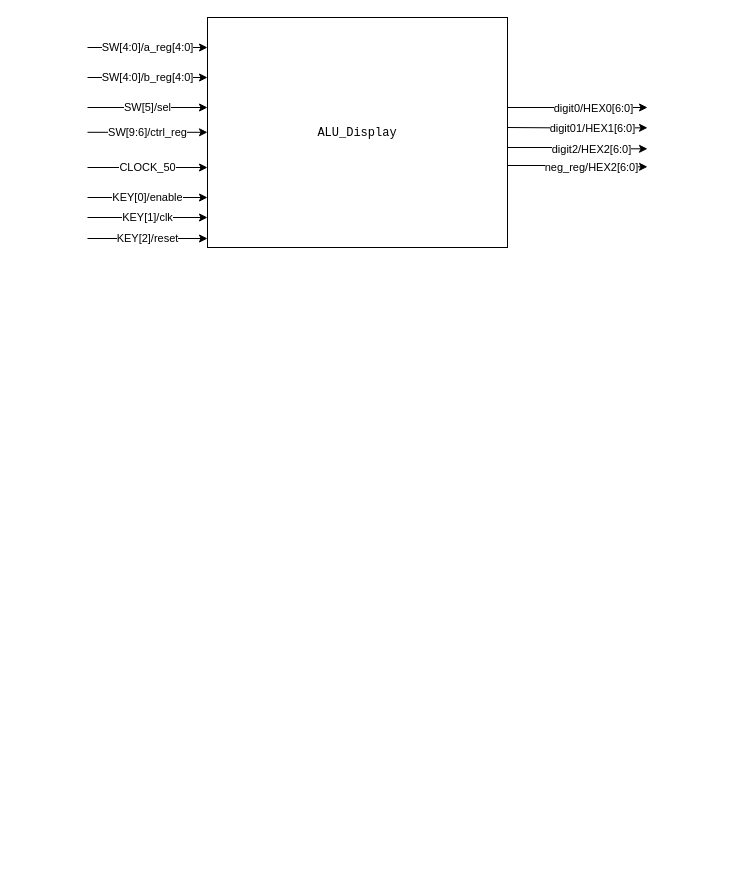
carloszlopez/DigitalDesignClass keeps this draw.io diagram as page "ALU_Display" (5 of 6) of media/Designs.drawio. Above is the earlier version. Source tidied: cells renumbered, new cells numbered last; positions are measured from the earlier drawing's top-left corner, leaving out a move shared by most shapes. Both pictures are drawn from the tidied source at 100%, with x=0, y=0 at pixel (87, 17).
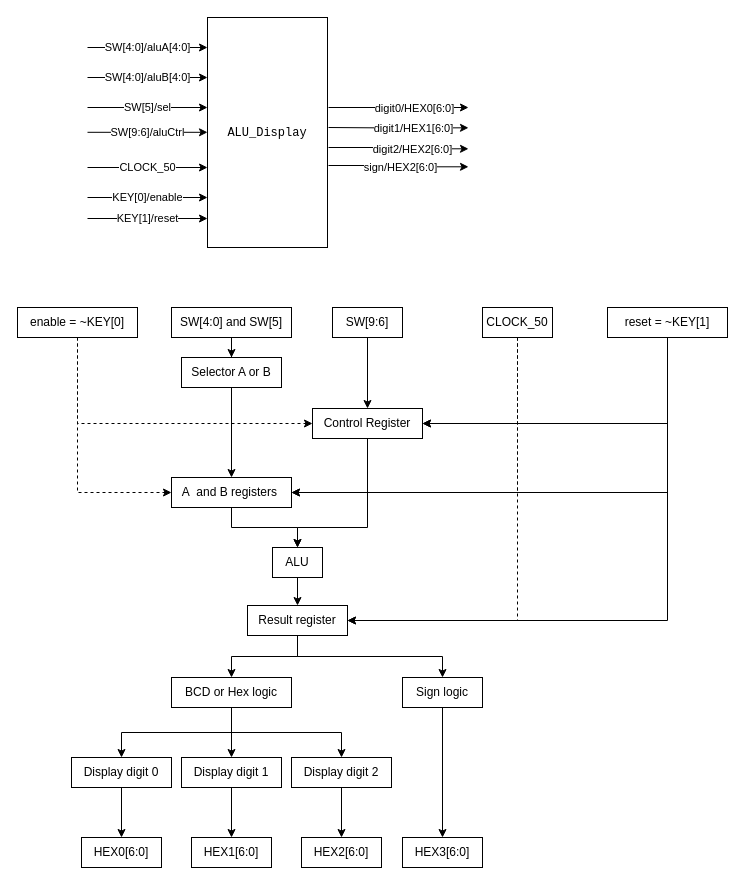
The same page after the edit.

Commit message (it also covers changes not shown here):
Add description and re do of display module to use case. Add arch design for ALU_Display.

What changed in the source:
```diff
@@
     <mxCell id="2" value="&lt;code&gt;ALU_Display&lt;/code&gt;" style="rounded=0;whiteSpace=wrap;html=1;" parent="1" vertex="1">
-      <mxGeometry x="120" width="300" height="230" as="geometry" />
+      <mxGeometry x="120" width="120" height="230" as="geometry" />
     </mxCell>
-    <mxCell id="3" value="SW[4:0]/a_reg[4:0]" style="edgeStyle=orthogonalEdgeStyle;rounded=0;orthogonalLoop=1;jettySize=auto;html=1;" parent="1" edge="1">
+    <mxCell id="3" value="SW[4:0]/aluA[4:0]" style="edgeStyle=orthogonalEdgeStyle;rounded=0;orthogonalLoop=1;jettySize=auto;html=1;" parent="1" edge="1">
       <mxGeometry relative="1" as="geometry">
         <mxPoint y="30" as="sourcePoint" />
         <mxPoint x="120" y="30" as="targetPoint" />
         <Array as="points">
           <mxPoint x="50" y="30" />
           <mxPoint x="50" y="30" />
         </Array>
       </mxGeometry>
     </mxCell>
-    <mxCell id="4" value="SW[4:0]/b_reg[4:0]" style="edgeStyle=orthogonalEdgeStyle;rounded=0;orthogonalLoop=1;jettySize=auto;html=1;" parent="1" edge="1">
+    <mxCell id="4" value="SW[4:0]/aluB[4:0]" style="edgeStyle=orthogonalEdgeStyle;rounded=0;orthogonalLoop=1;jettySize=auto;html=1;" parent="1" edge="1">
       <mxGeometry relative="1" as="geometry">
         <mxPoint y="60" as="sourcePoint" />
         <mxPoint x="120" y="60" as="targetPoint" />
         <Array as="points">
           <mxPoint x="50" y="60" />
           <mxPoint x="50" y="60" />
         </Array>
       </mxGeometry>
     </mxCell>
-    <mxCell id="5" value="KEY[2]/reset" style="edgeStyle=orthogonalEdgeStyle;rounded=0;orthogonalLoop=1;jettySize=auto;html=1;" parent="1" edge="1">
+    <mxCell id="5" value="KEY[1]/reset" style="edgeStyle=orthogonalEdgeStyle;rounded=0;orthogonalLoop=1;jettySize=auto;html=1;" parent="1" edge="1">
       <mxGeometry relative="1" as="geometry">
-        <mxPoint y="221" as="sourcePoint" />
-        <mxPoint x="120" y="221" as="targetPoint" />
+        <mxPoint y="201" as="sourcePoint" />
+        <mxPoint x="120" y="201" as="targetPoint" />
         <Array as="points">
-          <mxPoint x="50" y="221" />
-          <mxPoint x="50" y="221" />
+          <mxPoint x="50" y="201" />
+          <mxPoint x="50" y="201" />
         </Array>
       </mxGeometry>
     </mxCell>
     <mxCell id="6" style="edgeStyle=orthogonalEdgeStyle;rounded=0;orthogonalLoop=1;jettySize=auto;html=1;" parent="1" edge="1">
       <mxGeometry relative="1" as="geometry">
-        <mxPoint x="420" y="90" as="sourcePoint" />
-        <mxPoint x="560" y="90" as="targetPoint" />
+        <mxPoint x="241" y="90" as="sourcePoint" />
+        <mxPoint x="381" y="90" as="targetPoint" />
       </mxGeometry>
     </mxCell>
@@
     <mxCell id="8" style="edgeStyle=orthogonalEdgeStyle;rounded=0;orthogonalLoop=1;jettySize=auto;html=1;" parent="1" edge="1">
       <mxGeometry relative="1" as="geometry">
-        <mxPoint x="420" y="110" as="sourcePoint" />
-        <mxPoint x="560" y="110.3" as="targetPoint" />
+        <mxPoint x="241" y="110" as="sourcePoint" />
+        <mxPoint x="381" y="110.3" as="targetPoint" />
       </mxGeometry>
     </mxCell>
-    <mxCell id="9" value="digit01/HEX1[6:0]" style="edgeLabel;html=1;align=center;verticalAlign=middle;" parent="8" vertex="1">
+    <mxCell id="9" value="digit1/HEX1[6:0]" style="edgeLabel;html=1;align=center;verticalAlign=middle;" parent="8" vertex="1">
       <mxGeometry x="0.21" relative="1" as="geometry" />
     </mxCell>
     <mxCell id="10" style="edgeStyle=orthogonalEdgeStyle;rounded=0;orthogonalLoop=1;jettySize=auto;html=1;" parent="1" edge="1">
       <mxGeometry relative="1" as="geometry">
-        <mxPoint x="420" y="130" as="sourcePoint" />
-        <mxPoint x="560" y="131.3" as="targetPoint" />
+        <mxPoint x="241" y="130" as="sourcePoint" />
+        <mxPoint x="381" y="131.3" as="targetPoint" />
         <Array as="points">
-          <mxPoint x="491" y="130.3" />
-          <mxPoint x="491" y="131.3" />
+          <mxPoint x="312" y="130.3" />
+          <mxPoint x="312" y="131.3" />
         </Array>
       </mxGeometry>
     </mxCell>
@@
     <mxCell id="12" style="edgeStyle=orthogonalEdgeStyle;rounded=0;orthogonalLoop=1;jettySize=auto;html=1;" parent="1" edge="1">
       <mxGeometry relative="1" as="geometry">
-        <mxPoint x="420" y="148" as="sourcePoint" />
-        <mxPoint x="560" y="149.3" as="targetPoint" />
+        <mxPoint x="241" y="148" as="sourcePoint" />
+        <mxPoint x="381" y="149.3" as="targetPoint" />
         <Array as="points">
-          <mxPoint x="491" y="148.3" />
-          <mxPoint x="491" y="149.3" />
+          <mxPoint x="312" y="148.3" />
+          <mxPoint x="312" y="149.3" />
         </Array>
       </mxGeometry>
     </mxCell>
-    <mxCell id="13" value="neg_reg/HEX2[6:0]" style="edgeLabel;html=1;align=center;verticalAlign=middle;" parent="12" vertex="1">
-      <mxGeometry x="0.21" relative="1" as="geometry" />
+    <mxCell id="13" value="sign/HEX2[6:0]" style="edgeLabel;html=1;align=center;verticalAlign=middle;" parent="12" vertex="1">
+      <mxGeometry x="0.21" relative="1" as="geometry">
+        <mxPoint x="-12" as="offset" />
+      </mxGeometry>
     </mxCell>
@@
-    <mxCell id="16" value="SW[9:6]/ctrl_reg" style="edgeStyle=orthogonalEdgeStyle;rounded=0;orthogonalLoop=1;jettySize=auto;html=1;" parent="1" edge="1">
+    <mxCell id="16" value="SW[9:6]/aluCtrl" style="edgeStyle=orthogonalEdgeStyle;rounded=0;orthogonalLoop=1;jettySize=auto;html=1;" parent="1" edge="1">
       <mxGeometry relative="1" as="geometry">
         <mxPoint y="114.8" as="sourcePoint" />
         <mxPoint x="120" y="114.8" as="targetPoint" />
         <Array as="points">
           <mxPoint x="50" y="114.8" />
           <mxPoint x="50" y="114.8" />
         </Array>
       </mxGeometry>
     </mxCell>
-    <mxCell id="17" value="KEY[1]/clk" style="edgeStyle=orthogonalEdgeStyle;rounded=0;orthogonalLoop=1;jettySize=auto;html=1;" parent="1" edge="1">
-      <mxGeometry relative="1" as="geometry">
-        <mxPoint y="200" as="sourcePoint" />
-        <mxPoint x="120" y="200" as="targetPoint" />
-        <Array as="points">
-          <mxPoint x="50" y="200" />
-          <mxPoint x="50" y="200" />
-        </Array>
-      </mxGeometry>
-    </mxCell>
@@
+    <mxCell id="19" style="edgeStyle=orthogonalEdgeStyle;rounded=0;jettySize=auto;html=1;entryX=0.5;entryY=0;entryDx=0;entryDy=0;" parent="1" edge="1" source="20" target="22">
+      <mxGeometry relative="1" as="geometry" />
+    </mxCell>
+    <mxCell id="20" value="SW[4:0] and SW[5]" style="rounded=0;whiteSpace=wrap;html=1;" parent="1" vertex="1">
+      <mxGeometry x="84" y="290" width="120" height="30" as="geometry" />
+    </mxCell>
+    <mxCell id="21" style="edgeStyle=orthogonalEdgeStyle;rounded=0;jettySize=auto;html=1;entryX=0.5;entryY=0;entryDx=0;entryDy=0;" parent="1" edge="1" source="22" target="24">
+      <mxGeometry relative="1" as="geometry" />
+    </mxCell>
+    <mxCell id="22" value="Selector A or B" style="rounded=0;whiteSpace=wrap;html=1;" parent="1" vertex="1">
+      <mxGeometry x="94" y="340" width="100" height="30" as="geometry" />
+    </mxCell>
+    <mxCell id="23" style="edgeStyle=orthogonalEdgeStyle;rounded=0;jettySize=auto;html=1;entryX=0.5;entryY=0;entryDx=0;entryDy=0;" parent="1" edge="1" source="24" target="30">
+      <mxGeometry relative="1" as="geometry" />
+    </mxCell>
+    <mxCell id="24" value="A&amp;nbsp; and B registers&amp;nbsp;" style="rounded=0;whiteSpace=wrap;html=1;" parent="1" vertex="1">
+      <mxGeometry x="84" y="460" width="120" height="30" as="geometry" />
+    </mxCell>
+    <mxCell id="25" style="edgeStyle=orthogonalEdgeStyle;rounded=0;jettySize=auto;html=1;entryX=0.5;entryY=0;entryDx=0;entryDy=0;" parent="1" edge="1" source="26" target="28">
+      <mxGeometry relative="1" as="geometry" />
+    </mxCell>
+    <mxCell id="26" value="SW[9:6]" style="rounded=0;whiteSpace=wrap;html=1;" parent="1" vertex="1">
+      <mxGeometry x="245" y="290" width="70" height="30" as="geometry" />
+    </mxCell>
+    <mxCell id="27" style="edgeStyle=orthogonalEdgeStyle;rounded=0;jettySize=auto;html=1;entryX=0.5;entryY=0;entryDx=0;entryDy=0;" parent="1" edge="1" source="28" target="30">
+      <mxGeometry relative="1" as="geometry">
+        <Array as="points">
+          <mxPoint x="280" y="510" />
+          <mxPoint x="210" y="510" />
+        </Array>
+      </mxGeometry>
+    </mxCell>
+    <mxCell id="28" value="Control Register" style="rounded=0;whiteSpace=wrap;html=1;" parent="1" vertex="1">
+      <mxGeometry x="225" y="391" width="110" height="30" as="geometry" />
+    </mxCell>
+    <mxCell id="29" style="edgeStyle=orthogonalEdgeStyle;rounded=0;jettySize=auto;html=1;entryX=0.5;entryY=0;entryDx=0;entryDy=0;" parent="1" edge="1" source="30" target="33">
+      <mxGeometry relative="1" as="geometry" />
+    </mxCell>
+    <mxCell id="30" value="ALU" style="rounded=0;whiteSpace=wrap;html=1;" parent="1" vertex="1">
+      <mxGeometry x="185" y="530" width="50" height="30" as="geometry" />
+    </mxCell>
+    <mxCell id="31" style="edgeStyle=orthogonalEdgeStyle;rounded=0;jettySize=auto;html=1;entryX=0.5;entryY=0;entryDx=0;entryDy=0;exitX=0.5;exitY=1;exitDx=0;exitDy=0;" parent="1" edge="1" source="33" target="35">
+      <mxGeometry relative="1" as="geometry" />
+    </mxCell>
+    <mxCell id="32" style="edgeStyle=orthogonalEdgeStyle;rounded=0;jettySize=auto;html=1;exitX=0.5;exitY=1;exitDx=0;exitDy=0;entryX=0.5;entryY=0;entryDx=0;entryDy=0;" parent="1" edge="1" source="33" target="39">
+      <mxGeometry relative="1" as="geometry" />
+    </mxCell>
+    <mxCell id="33" value="Result register" style="rounded=0;whiteSpace=wrap;html=1;" parent="1" vertex="1">
+      <mxGeometry x="160" y="588" width="100" height="30" as="geometry" />
+    </mxCell>
+    <mxCell id="34" style="edgeStyle=orthogonalEdgeStyle;rounded=0;jettySize=auto;html=1;entryX=0.5;entryY=0;entryDx=0;entryDy=0;" parent="1" edge="1" source="35" target="49">
+      <mxGeometry relative="1" as="geometry" />
+    </mxCell>
+    <mxCell id="35" value="Sign logic" style="rounded=0;whiteSpace=wrap;html=1;" parent="1" vertex="1">
+      <mxGeometry x="315" y="660" width="80" height="30" as="geometry" />
+    </mxCell>
+    <mxCell id="36" style="edgeStyle=orthogonalEdgeStyle;rounded=0;jettySize=auto;html=1;entryX=0.5;entryY=0;entryDx=0;entryDy=0;" parent="1" edge="1" source="39" target="41">
+      <mxGeometry relative="1" as="geometry" />
+    </mxCell>
+    <mxCell id="37" style="edgeStyle=orthogonalEdgeStyle;rounded=0;jettySize=auto;html=1;exitX=0.5;exitY=1;exitDx=0;exitDy=0;entryX=0.5;entryY=0;entryDx=0;entryDy=0;" parent="1" edge="1" source="39" target="43">
+      <mxGeometry relative="1" as="geometry" />
+    </mxCell>
+    <mxCell id="38" style="edgeStyle=orthogonalEdgeStyle;rounded=0;jettySize=auto;html=1;exitX=0.5;exitY=1;exitDx=0;exitDy=0;entryX=0.5;entryY=0;entryDx=0;entryDy=0;" parent="1" edge="1" source="39" target="45">
+      <mxGeometry relative="1" as="geometry" />
+    </mxCell>
+    <mxCell id="39" value="BCD or Hex logic" style="rounded=0;whiteSpace=wrap;html=1;" parent="1" vertex="1">
+      <mxGeometry x="84" y="660" width="120" height="30" as="geometry" />
+    </mxCell>
+    <mxCell id="40" style="edgeStyle=orthogonalEdgeStyle;rounded=0;jettySize=auto;html=1;entryX=0.5;entryY=0;entryDx=0;entryDy=0;" parent="1" edge="1" source="41" target="46">
+      <mxGeometry relative="1" as="geometry" />
+    </mxCell>
+    <mxCell id="41" value="Display digit 0" style="rounded=0;whiteSpace=wrap;html=1;" parent="1" vertex="1">
+      <mxGeometry x="-16" y="740" width="100" height="30" as="geometry" />
+    </mxCell>
+    <mxCell id="42" style="edgeStyle=orthogonalEdgeStyle;rounded=0;jettySize=auto;html=1;entryX=0.5;entryY=0;entryDx=0;entryDy=0;" parent="1" edge="1" source="43" target="47">
+      <mxGeometry relative="1" as="geometry" />
+    </mxCell>
+    <mxCell id="43" value="Display digit 1" style="rounded=0;whiteSpace=wrap;html=1;" parent="1" vertex="1">
+      <mxGeometry x="94" y="740" width="100" height="30" as="geometry" />
+    </mxCell>
+    <mxCell id="44" style="edgeStyle=orthogonalEdgeStyle;rounded=0;jettySize=auto;html=1;entryX=0.5;entryY=0;entryDx=0;entryDy=0;" parent="1" edge="1" source="45" target="48">
+      <mxGeometry relative="1" as="geometry" />
+    </mxCell>
+    <mxCell id="45" value="Display digit 2" style="rounded=0;whiteSpace=wrap;html=1;" parent="1" vertex="1">
+      <mxGeometry x="204" y="740" width="100" height="30" as="geometry" />
+    </mxCell>
+    <mxCell id="46" value="HEX0[6:0]" style="rounded=0;whiteSpace=wrap;html=1;" parent="1" vertex="1">
+      <mxGeometry x="-6" y="820" width="80" height="30" as="geometry" />
+    </mxCell>
+    <mxCell id="47" value="HEX1[6:0]" style="rounded=0;whiteSpace=wrap;html=1;" parent="1" vertex="1">
+      <mxGeometry x="104" y="820" width="80" height="30" as="geometry" />
+    </mxCell>
+    <mxCell id="48" value="HEX2[6:0]" style="rounded=0;whiteSpace=wrap;html=1;" parent="1" vertex="1">
+      <mxGeometry x="214" y="820" width="80" height="30" as="geometry" />
+    </mxCell>
+    <mxCell id="49" value="HEX3[6:0]" style="rounded=0;whiteSpace=wrap;html=1;" parent="1" vertex="1">
+      <mxGeometry x="315" y="820" width="80" height="30" as="geometry" />
+    </mxCell>
+    <mxCell id="50" style="edgeStyle=orthogonalEdgeStyle;rounded=0;jettySize=auto;html=1;entryX=1;entryY=0.5;entryDx=0;entryDy=0;exitX=0.5;exitY=1;exitDx=0;exitDy=0;dashed=1;" parent="1" edge="1" source="53" target="33">
+      <mxGeometry relative="1" as="geometry" />
+    </mxCell>
+    <mxCell id="51" style="edgeStyle=orthogonalEdgeStyle;rounded=0;jettySize=auto;html=1;exitX=0.5;exitY=1;exitDx=0;exitDy=0;entryX=1;entryY=0.5;entryDx=0;entryDy=0;dashed=1;" parent="1" edge="1" source="53" target="28">
+      <mxGeometry relative="1" as="geometry" />
+    </mxCell>
+    <mxCell id="52" style="edgeStyle=orthogonalEdgeStyle;rounded=0;jettySize=auto;html=1;exitX=0.5;exitY=1;exitDx=0;exitDy=0;entryX=1;entryY=0.5;entryDx=0;entryDy=0;dashed=1;" parent="1" edge="1" source="53" target="24">
+      <mxGeometry relative="1" as="geometry" />
+    </mxCell>
+    <mxCell id="53" value="CLOCK_50" style="rounded=0;whiteSpace=wrap;html=1;" parent="1" vertex="1">
+      <mxGeometry x="395" y="290" width="70" height="30" as="geometry" />
+    </mxCell>
+    <mxCell id="54" style="edgeStyle=orthogonalEdgeStyle;rounded=0;jettySize=auto;html=1;entryX=0;entryY=0.5;entryDx=0;entryDy=0;exitX=0.5;exitY=1;exitDx=0;exitDy=0;dashed=1;" parent="1" edge="1" source="56" target="24">
+      <mxGeometry relative="1" as="geometry" />
+    </mxCell>
+    <mxCell id="55" style="edgeStyle=orthogonalEdgeStyle;rounded=0;jettySize=auto;html=1;exitX=0.5;exitY=1;exitDx=0;exitDy=0;entryX=0;entryY=0.5;entryDx=0;entryDy=0;dashed=1;" parent="1" edge="1" source="56" target="28">
+      <mxGeometry relative="1" as="geometry" />
+    </mxCell>
+    <mxCell id="56" value="enable = ~KEY[0]" style="rounded=0;whiteSpace=wrap;html=1;" parent="1" vertex="1">
+      <mxGeometry x="-70" y="290" width="120" height="30" as="geometry" />
+    </mxCell>
+    <mxCell id="57" style="edgeStyle=orthogonalEdgeStyle;rounded=0;jettySize=auto;html=1;entryX=1;entryY=0.5;entryDx=0;entryDy=0;" parent="1" edge="1" source="60" target="24">
+      <mxGeometry relative="1" as="geometry">
+        <Array as="points">
+          <mxPoint x="580" y="475" />
+        </Array>
+      </mxGeometry>
+    </mxCell>
+    <mxCell id="58" style="edgeStyle=orthogonalEdgeStyle;rounded=0;jettySize=auto;html=1;exitX=0.5;exitY=1;exitDx=0;exitDy=0;entryX=1;entryY=0.5;entryDx=0;entryDy=0;" parent="1" edge="1" source="60" target="28">
+      <mxGeometry relative="1" as="geometry" />
+    </mxCell>
+    <mxCell id="59" style="edgeStyle=orthogonalEdgeStyle;rounded=0;jettySize=auto;html=1;exitX=0.5;exitY=1;exitDx=0;exitDy=0;entryX=1;entryY=0.5;entryDx=0;entryDy=0;" parent="1" edge="1" source="60" target="33">
+      <mxGeometry relative="1" as="geometry" />
+    </mxCell>
+    <mxCell id="60" value="reset = ~KEY[1]" style="rounded=0;whiteSpace=wrap;html=1;" parent="1" vertex="1">
+      <mxGeometry x="520" y="290" width="120" height="30" as="geometry" />
+    </mxCell>
```
